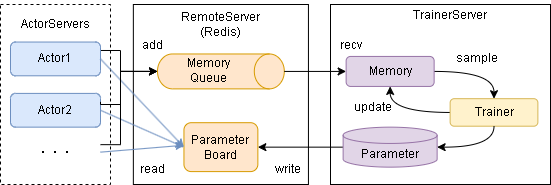
The draw.io diagram diagrams/overview-distribution.drawio.png in pocokhc/simple_distributed_rl, before a commit. Source tidied: cells renumbered, new cells last; positions are measured from the earlier drawing's top-left corner, leaving out a move shared by most shapes. Source of this version:
```xml
<mxGraphModel>
  <root>
    <mxCell id="0" />
    <mxCell id="1" parent="0" />
    <mxCell id="2" style="rounded=0;whiteSpace=wrap;html=1;dashed=1;" parent="1" vertex="1">
      <mxGeometry y="4" width="110" height="180" as="geometry" />
    </mxCell>
    <mxCell id="3" style="rounded=0;whiteSpace=wrap;html=1;" parent="1" vertex="1">
      <mxGeometry x="330" y="4" width="220" height="180" as="geometry" />
    </mxCell>
    <mxCell id="4" value="TrainerServer" style="text;html=1;strokeColor=none;fillColor=none;align=center;verticalAlign=middle;whiteSpace=wrap;rounded=0;" parent="1" vertex="1">
      <mxGeometry x="420" y="-0.4" width="60" height="30" as="geometry" />
    </mxCell>
    <mxCell id="5" style="rounded=0;whiteSpace=wrap;html=1;" parent="1" vertex="1">
      <mxGeometry x="132.9" y="4" width="175.1" height="180" as="geometry" />
    </mxCell>
    <mxCell id="6" value="RemoteServer&lt;br&gt;(Redis)" style="text;html=1;strokeColor=none;fillColor=none;align=center;verticalAlign=middle;whiteSpace=wrap;rounded=0;" parent="1" vertex="1">
      <mxGeometry x="167.4" y="6" width="106" height="35.6" as="geometry" />
    </mxCell>
    <mxCell id="7" value="ActorServers" style="text;html=1;strokeColor=none;fillColor=none;align=center;verticalAlign=middle;whiteSpace=wrap;rounded=0;" parent="1" vertex="1">
      <mxGeometry x="25" y="9.1" width="60" height="30" as="geometry" />
    </mxCell>
    <mxCell id="8" style="edgeStyle=orthogonalEdgeStyle;rounded=0;jettySize=auto;html=1;exitX=0;exitY=0.5;exitDx=0;exitDy=0;exitPerimeter=0;entryX=1;entryY=0.5;entryDx=0;entryDy=0;" parent="1" edge="1" source="9" target="12">
      <mxGeometry relative="1" as="geometry" />
    </mxCell>
    <mxCell id="9" value="Parameter" style="shape=cylinder3;whiteSpace=wrap;html=1;boundedLbl=1;backgroundOutline=1;size=8.142857142857167;fillColor=#e1d5e7;strokeColor=#9673a6;" parent="1" vertex="1">
      <mxGeometry x="342.6" y="126.7" width="94" height="40" as="geometry" />
    </mxCell>
    <mxCell id="10" style="edgeStyle=orthogonalEdgeStyle;rounded=0;jettySize=auto;html=1;exitX=1;exitY=0.5;exitDx=0;exitDy=0;entryX=0.5;entryY=0;entryDx=0;entryDy=0;curved=1;" parent="1" edge="1" source="11" target="26">
      <mxGeometry relative="1" as="geometry" />
    </mxCell>
    <mxCell id="11" value="Memory" style="rounded=1;whiteSpace=wrap;html=1;fillColor=#e1d5e7;strokeColor=#9673a6;" parent="1" vertex="1">
      <mxGeometry x="345.6" y="55.9" width="88" height="30" as="geometry" />
    </mxCell>
    <mxCell id="12" value="Parameter&lt;br&gt;Board" style="rounded=1;whiteSpace=wrap;html=1;fillColor=#ffe6cc;strokeColor=#d79b00;" parent="1" vertex="1">
      <mxGeometry x="183.4" y="122.2" width="73.9" height="48.9" as="geometry" />
    </mxCell>
    <mxCell id="13" style="group;" parent="1" vertex="1">
      <mxGeometry x="157" y="46.9" width="126.8" height="34.9" as="geometry" />
    </mxCell>
    <mxCell id="14" style="shape=cylinder3;whiteSpace=wrap;html=1;boundedLbl=1;backgroundOutline=1;size=15;rotation=90;fillColor=#ffe6cc;strokeColor=#d79b00;" parent="13" vertex="1">
      <mxGeometry x="46" y="-39.4" width="34.9" height="126.8" as="geometry" />
    </mxCell>
    <mxCell id="15" value="Memory&lt;br&gt;Queue" style="text;html=1;strokeColor=none;fillColor=none;align=center;verticalAlign=middle;whiteSpace=wrap;rounded=0;" parent="13" vertex="1">
      <mxGeometry x="13.3" y="11.8" width="76" height="22.5" as="geometry" />
    </mxCell>
    <mxCell id="16" style="rounded=0;jettySize=auto;html=1;entryX=0.002;entryY=0.461;entryDx=0;entryDy=0;fillColor=#dae8fc;strokeColor=#6c8ebf;entryPerimeter=0;exitX=1;exitY=0.5;exitDx=0;exitDy=0;" parent="1" edge="1" source="20" target="12">
      <mxGeometry relative="1" as="geometry" />
    </mxCell>
    <mxCell id="17" style="rounded=0;jettySize=auto;html=1;exitX=1;exitY=0.25;exitDx=0;exitDy=0;entryX=0.5;entryY=1;entryDx=0;entryDy=0;entryPerimeter=0;edgeStyle=orthogonalEdgeStyle;" parent="1" edge="1" source="18" target="14">
      <mxGeometry relative="1" as="geometry">
        <Array as="points">
          <mxPoint x="120" y="50" />
          <mxPoint x="120" y="71" />
        </Array>
      </mxGeometry>
    </mxCell>
    <mxCell id="18" value="Actor1" style="rounded=1;whiteSpace=wrap;html=1;fillColor=#dae8fc;strokeColor=#6c8ebf;" parent="1" vertex="1">
      <mxGeometry x="10" y="41.5" width="90" height="33.8" as="geometry" />
    </mxCell>
    <mxCell id="19" value="Actor2" style="rounded=1;whiteSpace=wrap;html=1;fillColor=#dae8fc;strokeColor=#6c8ebf;" parent="1" vertex="1">
      <mxGeometry x="10" y="92.9" width="90" height="33.8" as="geometry" />
    </mxCell>
    <mxCell id="20" value="・・・" style="text;html=1;strokeColor=none;fillColor=none;align=center;verticalAlign=middle;whiteSpace=wrap;rounded=0;fontStyle=0;" parent="1" vertex="1">
      <mxGeometry x="10" y="136.6" width="90" height="30" as="geometry" />
    </mxCell>
    <mxCell id="21" style="rounded=0;jettySize=auto;html=1;entryX=0;entryY=0.5;entryDx=0;entryDy=0;exitX=1;exitY=0.5;exitDx=0;exitDy=0;fillColor=#dae8fc;strokeColor=#6c8ebf;" parent="1" edge="1" source="18" target="12">
      <mxGeometry relative="1" as="geometry" />
    </mxCell>
    <mxCell id="22" style="rounded=0;jettySize=auto;html=1;exitX=1;exitY=0.5;exitDx=0;exitDy=0;entryX=0;entryY=0.5;entryDx=0;entryDy=0;fillColor=#dae8fc;strokeColor=#6c8ebf;" parent="1" edge="1" source="19" target="12">
      <mxGeometry relative="1" as="geometry" />
    </mxCell>
    <mxCell id="23" style="rounded=0;jettySize=auto;html=1;exitX=1;exitY=0.25;exitDx=0;exitDy=0;entryX=0.5;entryY=1;entryDx=0;entryDy=0;entryPerimeter=0;edgeStyle=orthogonalEdgeStyle;" parent="1" edge="1" source="19" target="14">
      <mxGeometry relative="1" as="geometry">
        <Array as="points">
          <mxPoint x="100" y="104" />
          <mxPoint x="120" y="104" />
          <mxPoint x="120" y="71" />
        </Array>
      </mxGeometry>
    </mxCell>
    <mxCell id="24" style="rounded=0;jettySize=auto;html=1;entryX=0.5;entryY=1;entryDx=0;entryDy=0;entryPerimeter=0;edgeStyle=orthogonalEdgeStyle;exitX=1;exitY=0.25;exitDx=0;exitDy=0;" parent="1" edge="1" source="20" target="14">
      <mxGeometry relative="1" as="geometry">
        <Array as="points">
          <mxPoint x="120" y="144" />
          <mxPoint x="120" y="71" />
        </Array>
      </mxGeometry>
    </mxCell>
    <mxCell id="25" style="edgeStyle=orthogonalEdgeStyle;rounded=0;jettySize=auto;html=1;exitX=0;exitY=0.5;exitDx=0;exitDy=0;entryX=0.5;entryY=1;entryDx=0;entryDy=0;curved=1;" parent="1" edge="1" source="26" target="11">
      <mxGeometry relative="1" as="geometry" />
    </mxCell>
    <mxCell id="26" value="Trainer" style="rounded=1;whiteSpace=wrap;html=1;fillColor=#fff2cc;strokeColor=#d6b656;" parent="1" vertex="1">
      <mxGeometry x="449.6" y="98.2" width="87.8" height="27.5" as="geometry" />
    </mxCell>
    <mxCell id="27" style="rounded=0;jettySize=auto;html=1;entryX=0;entryY=0.5;entryDx=0;entryDy=0;exitX=0.5;exitY=0;exitDx=0;exitDy=0;exitPerimeter=0;" parent="1" edge="1" source="14" target="11">
      <mxGeometry relative="1" as="geometry" />
    </mxCell>
    <mxCell id="28" style="edgeStyle=orthogonalEdgeStyle;rounded=0;jettySize=auto;html=1;exitX=0.5;exitY=1;exitDx=0;exitDy=0;entryX=1;entryY=0.5;entryDx=0;entryDy=0;entryPerimeter=0;curved=1;" parent="1" edge="1" source="26" target="9">
      <mxGeometry relative="1" as="geometry" />
    </mxCell>
    <mxCell id="29" value="read" style="text;html=1;strokeColor=none;fillColor=none;align=center;verticalAlign=middle;whiteSpace=wrap;rounded=0;" parent="1" vertex="1">
      <mxGeometry x="110" y="154" width="85" height="30" as="geometry" />
    </mxCell>
    <mxCell id="30" value="write" style="text;html=1;strokeColor=none;fillColor=none;align=center;verticalAlign=middle;whiteSpace=wrap;rounded=0;" parent="1" vertex="1">
      <mxGeometry x="245" y="154" width="85" height="30" as="geometry" />
    </mxCell>
    <mxCell id="31" value="add" style="text;html=1;strokeColor=none;fillColor=none;align=center;verticalAlign=middle;whiteSpace=wrap;rounded=0;" parent="1" vertex="1">
      <mxGeometry x="110" y="29.6" width="85" height="30" as="geometry" />
    </mxCell>
    <mxCell id="32" value="recv" style="text;html=1;strokeColor=none;fillColor=none;align=center;verticalAlign=middle;whiteSpace=wrap;rounded=0;" parent="1" vertex="1">
      <mxGeometry x="307.9" y="29.6" width="85" height="30" as="geometry" />
    </mxCell>
    <mxCell id="33" value="sample" style="text;html=1;strokeColor=none;fillColor=none;align=center;verticalAlign=middle;whiteSpace=wrap;rounded=0;" parent="1" vertex="1">
      <mxGeometry x="433.6" y="43.4" width="85" height="30" as="geometry" />
    </mxCell>
    <mxCell id="34" value="update" style="text;html=1;strokeColor=none;fillColor=none;align=center;verticalAlign=middle;whiteSpace=wrap;rounded=0;" parent="1" vertex="1">
      <mxGeometry x="330" y="92.2" width="85" height="30" as="geometry" />
    </mxCell>
  </root>
</mxGraphModel>
```
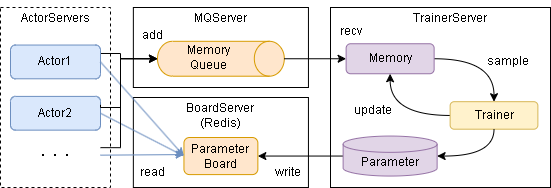
Above is the later version.

Change to the diagram source:
```diff
@@ -2,6 +2,9 @@
   <root>
     <mxCell id="0" />
     <mxCell id="1" parent="0" />
+    <mxCell id="35" style="rounded=0;whiteSpace=wrap;html=1;" parent="1" vertex="1">
+      <mxGeometry x="132.9" y="4" width="175.1" height="80" as="geometry" />
+    </mxCell>
     <mxCell id="2" style="rounded=0;whiteSpace=wrap;html=1;dashed=1;" parent="1" vertex="1">
       <mxGeometry y="4" width="110" height="180" as="geometry" />
     </mxCell>
@@ -12,37 +15,37 @@
       <mxGeometry x="420" y="-0.4" width="60" height="30" as="geometry" />
     </mxCell>
     <mxCell id="5" style="rounded=0;whiteSpace=wrap;html=1;" parent="1" vertex="1">
-      <mxGeometry x="132.9" y="4" width="175.1" height="180" as="geometry" />
+      <mxGeometry x="132.9" y="94" width="175.1" height="90" as="geometry" />
     </mxCell>
-    <mxCell id="6" value="RemoteServer&lt;br&gt;(Redis)" style="text;html=1;strokeColor=none;fillColor=none;align=center;verticalAlign=middle;whiteSpace=wrap;rounded=0;" parent="1" vertex="1">
-      <mxGeometry x="167.4" y="6" width="106" height="35.6" as="geometry" />
+    <mxCell id="6" value="BoardServer&lt;br&gt;(Redis)" style="text;html=1;strokeColor=none;fillColor=none;align=center;verticalAlign=middle;whiteSpace=wrap;rounded=0;" parent="1" vertex="1">
+      <mxGeometry x="167.4" y="94.2" width="106" height="35.6" as="geometry" />
     </mxCell>
     <mxCell id="7" value="ActorServers" style="text;html=1;strokeColor=none;fillColor=none;align=center;verticalAlign=middle;whiteSpace=wrap;rounded=0;" parent="1" vertex="1">
-      <mxGeometry x="25" y="9.1" width="60" height="30" as="geometry" />
+      <mxGeometry x="25" y="-0.4" width="60" height="30" as="geometry" />
     </mxCell>
-    <mxCell id="8" style="edgeStyle=orthogonalEdgeStyle;rounded=0;jettySize=auto;html=1;exitX=0;exitY=0.5;exitDx=0;exitDy=0;exitPerimeter=0;entryX=1;entryY=0.5;entryDx=0;entryDy=0;" parent="1" edge="1" source="9" target="12">
+    <mxCell id="8" style="rounded=0;jettySize=auto;html=1;exitX=0;exitY=0.5;exitDx=0;exitDy=0;exitPerimeter=0;entryX=1;entryY=0.5;entryDx=0;entryDy=0;" parent="1" edge="1" source="9" target="12">
       <mxGeometry relative="1" as="geometry" />
     </mxCell>
     <mxCell id="9" value="Parameter" style="shape=cylinder3;whiteSpace=wrap;html=1;boundedLbl=1;backgroundOutline=1;size=8.142857142857167;fillColor=#e1d5e7;strokeColor=#9673a6;" parent="1" vertex="1">
-      <mxGeometry x="342.6" y="126.7" width="94" height="40" as="geometry" />
+      <mxGeometry x="342.6" y="132.6" width="94" height="40" as="geometry" />
     </mxCell>
     <mxCell id="10" style="edgeStyle=orthogonalEdgeStyle;rounded=0;jettySize=auto;html=1;exitX=1;exitY=0.5;exitDx=0;exitDy=0;entryX=0.5;entryY=0;entryDx=0;entryDy=0;curved=1;" parent="1" edge="1" source="11" target="26">
       <mxGeometry relative="1" as="geometry" />
     </mxCell>
     <mxCell id="11" value="Memory" style="rounded=1;whiteSpace=wrap;html=1;fillColor=#e1d5e7;strokeColor=#9673a6;" parent="1" vertex="1">
-      <mxGeometry x="345.6" y="55.9" width="88" height="30" as="geometry" />
+      <mxGeometry x="345.6" y="40.3" width="88" height="30" as="geometry" />
     </mxCell>
     <mxCell id="12" value="Parameter&lt;br&gt;Board" style="rounded=1;whiteSpace=wrap;html=1;fillColor=#ffe6cc;strokeColor=#d79b00;" parent="1" vertex="1">
-      <mxGeometry x="183.4" y="122.2" width="73.9" height="48.9" as="geometry" />
+      <mxGeometry x="183.4" y="134" width="73.9" height="37.1" as="geometry" />
     </mxCell>
     <mxCell id="13" style="group;" parent="1" vertex="1">
-      <mxGeometry x="157" y="46.9" width="126.8" height="34.9" as="geometry" />
+      <mxGeometry x="157" y="46.9" width="151" height="34.9" as="geometry" />
     </mxCell>
     <mxCell id="14" style="shape=cylinder3;whiteSpace=wrap;html=1;boundedLbl=1;backgroundOutline=1;size=15;rotation=90;fillColor=#ffe6cc;strokeColor=#d79b00;" parent="13" vertex="1">
-      <mxGeometry x="46" y="-39.4" width="34.9" height="126.8" as="geometry" />
+      <mxGeometry x="46" y="-55.1" width="34.9" height="126.8" as="geometry" />
     </mxCell>
     <mxCell id="15" value="Memory&lt;br&gt;Queue" style="text;html=1;strokeColor=none;fillColor=none;align=center;verticalAlign=middle;whiteSpace=wrap;rounded=0;" parent="13" vertex="1">
-      <mxGeometry x="13.3" y="11.8" width="76" height="22.5" as="geometry" />
+      <mxGeometry x="13.3" y="-3.8" width="76" height="22.5" as="geometry" />
     </mxCell>
     <mxCell id="16" style="rounded=0;jettySize=auto;html=1;entryX=0.002;entryY=0.461;entryDx=0;entryDy=0;fillColor=#dae8fc;strokeColor=#6c8ebf;entryPerimeter=0;exitX=1;exitY=0.5;exitDx=0;exitDy=0;" parent="1" edge="1" source="20" target="12">
       <mxGeometry relative="1" as="geometry" />
@@ -51,7 +54,7 @@
       <mxGeometry relative="1" as="geometry">
         <Array as="points">
           <mxPoint x="120" y="50" />
-          <mxPoint x="120" y="71" />
+          <mxPoint x="120" y="55" />
         </Array>
       </mxGeometry>
     </mxCell>
@@ -75,7 +78,7 @@
         <Array as="points">
           <mxPoint x="100" y="104" />
           <mxPoint x="120" y="104" />
-          <mxPoint x="120" y="71" />
+          <mxPoint x="120" y="55" />
         </Array>
       </mxGeometry>
     </mxCell>
@@ -83,7 +86,7 @@
       <mxGeometry relative="1" as="geometry">
         <Array as="points">
           <mxPoint x="120" y="144" />
-          <mxPoint x="120" y="71" />
+          <mxPoint x="120" y="55" />
         </Array>
       </mxGeometry>
     </mxCell>
@@ -106,16 +109,19 @@
       <mxGeometry x="245" y="154" width="85" height="30" as="geometry" />
     </mxCell>
     <mxCell id="31" value="add" style="text;html=1;strokeColor=none;fillColor=none;align=center;verticalAlign=middle;whiteSpace=wrap;rounded=0;" parent="1" vertex="1">
-      <mxGeometry x="110" y="29.6" width="85" height="30" as="geometry" />
+      <mxGeometry x="110" y="16.9" width="85" height="30" as="geometry" />
     </mxCell>
     <mxCell id="32" value="recv" style="text;html=1;strokeColor=none;fillColor=none;align=center;verticalAlign=middle;whiteSpace=wrap;rounded=0;" parent="1" vertex="1">
-      <mxGeometry x="307.9" y="29.6" width="85" height="30" as="geometry" />
+      <mxGeometry x="307.9" y="13.4" width="85" height="30" as="geometry" />
     </mxCell>
     <mxCell id="33" value="sample" style="text;html=1;strokeColor=none;fillColor=none;align=center;verticalAlign=middle;whiteSpace=wrap;rounded=0;" parent="1" vertex="1">
-      <mxGeometry x="433.6" y="43.4" width="85" height="30" as="geometry" />
+      <mxGeometry x="465" y="43.4" width="85" height="30" as="geometry" />
     </mxCell>
     <mxCell id="34" value="update" style="text;html=1;strokeColor=none;fillColor=none;align=center;verticalAlign=middle;whiteSpace=wrap;rounded=0;" parent="1" vertex="1">
       <mxGeometry x="330" y="92.2" width="85" height="30" as="geometry" />
     </mxCell>
+    <mxCell id="36" value="MQServer" style="text;html=1;strokeColor=none;fillColor=none;align=center;verticalAlign=middle;whiteSpace=wrap;rounded=0;" parent="1" vertex="1">
+      <mxGeometry x="167.4" y="-3.2" width="106" height="35.6" as="geometry" />
+    </mxCell>
   </root>
 </mxGraphModel>
```
